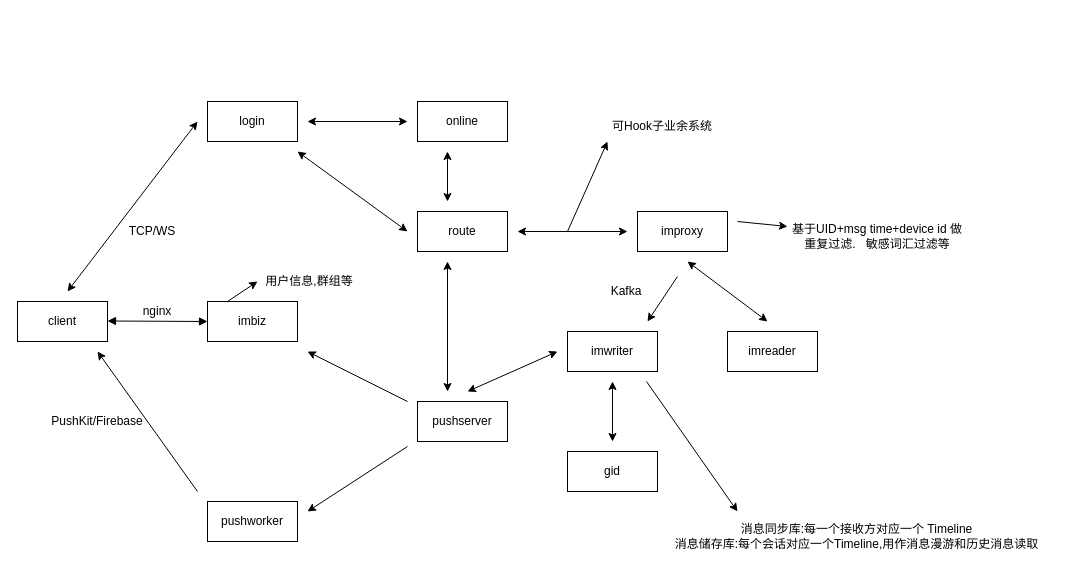
The draw.io diagram drawio/im架构.drawio in hwholiday/learning_tools, before the edit. Source tidied: cells renumbered, new cells numbered last; positions are measured from the earlier drawing's top-left corner, leaving out a move shared by most shapes. Both pictures are drawn from the tidied source at 100%, with x=0, y=0 at pixel (17, 101).
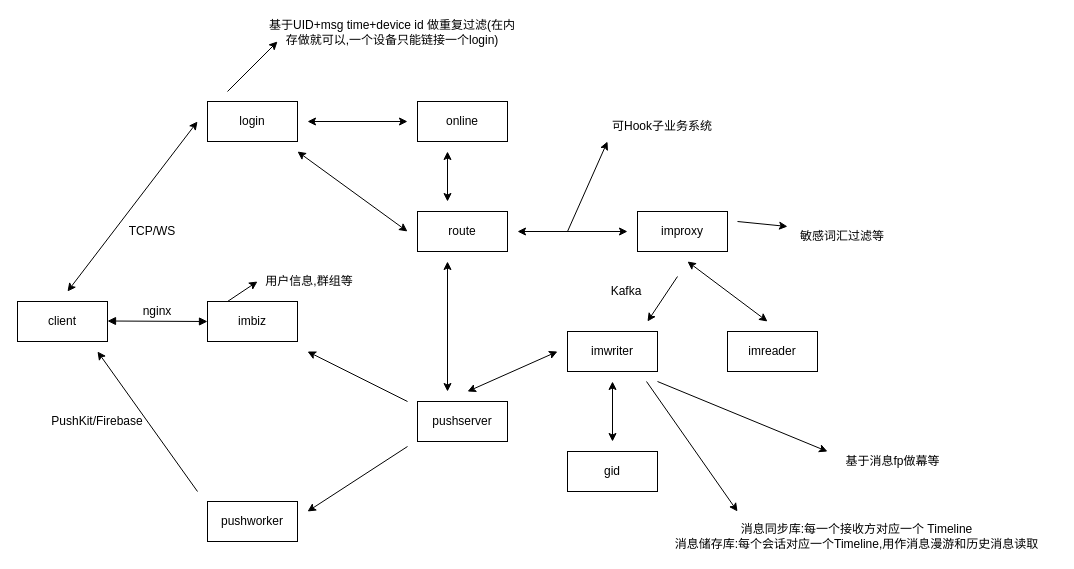
The same page after the edit.

The edit, as a diff of the source:
```diff
@@
-    <mxCell id="27" value="基于UID+msg time+device id 做重复过滤.&amp;nbsp; &amp;nbsp;敏感词汇过滤等" style="text;html=1;strokeColor=none;fillColor=none;align=center;verticalAlign=middle;whiteSpace=wrap;rounded=0;" parent="1" vertex="1">
-      <mxGeometry x="770" y="120" width="180" height="30" as="geometry" />
+    <mxCell id="27" value="敏感词汇过滤等" style="text;html=1;strokeColor=none;fillColor=none;align=center;verticalAlign=middle;whiteSpace=wrap;rounded=0;" parent="1" vertex="1">
+      <mxGeometry x="770" y="120" width="110" height="30" as="geometry" />
     </mxCell>
@@
-    <mxCell id="30" value="可Hook子业余系统" style="text;html=1;strokeColor=none;fillColor=none;align=center;verticalAlign=middle;whiteSpace=wrap;rounded=0;" parent="1" vertex="1">
+    <mxCell id="30" value="可Hook子业务系统" style="text;html=1;strokeColor=none;fillColor=none;align=center;verticalAlign=middle;whiteSpace=wrap;rounded=0;" parent="1" vertex="1">
       <mxGeometry x="590" y="10" width="110" height="30" as="geometry" />
     </mxCell>
@@
+    <mxCell id="39" value="基于UID+msg time+device id 做重复过滤(在内存做就可以,一个设备只能链接一个login)" style="text;html=1;strokeColor=none;fillColor=none;align=center;verticalAlign=middle;whiteSpace=wrap;rounded=0;" parent="1" vertex="1">
+      <mxGeometry x="250" y="-70" width="250" as="geometry" />
+    </mxCell>
+    <mxCell id="40" style="endArrow=classic;html=1;" parent="1" edge="1">
+      <mxGeometry relative="1" as="geometry">
+        <mxPoint x="210" y="-10" as="sourcePoint" />
+        <mxPoint x="260" y="-60" as="targetPoint" />
+      </mxGeometry>
+    </mxCell>
+    <mxCell id="41" style="endArrow=classic;html=1;" parent="1" edge="1">
+      <mxGeometry relative="1" as="geometry">
+        <mxPoint x="640" y="280" as="sourcePoint" />
+        <mxPoint x="810" y="350" as="targetPoint" />
+      </mxGeometry>
+    </mxCell>
+    <mxCell id="42" value="基于消息fp做幕等" style="text;html=1;strokeColor=none;fillColor=none;align=center;verticalAlign=middle;whiteSpace=wrap;rounded=0;" parent="1" vertex="1">
+      <mxGeometry x="810" y="350" width="130.5" height="20" as="geometry" />
+    </mxCell>
```
